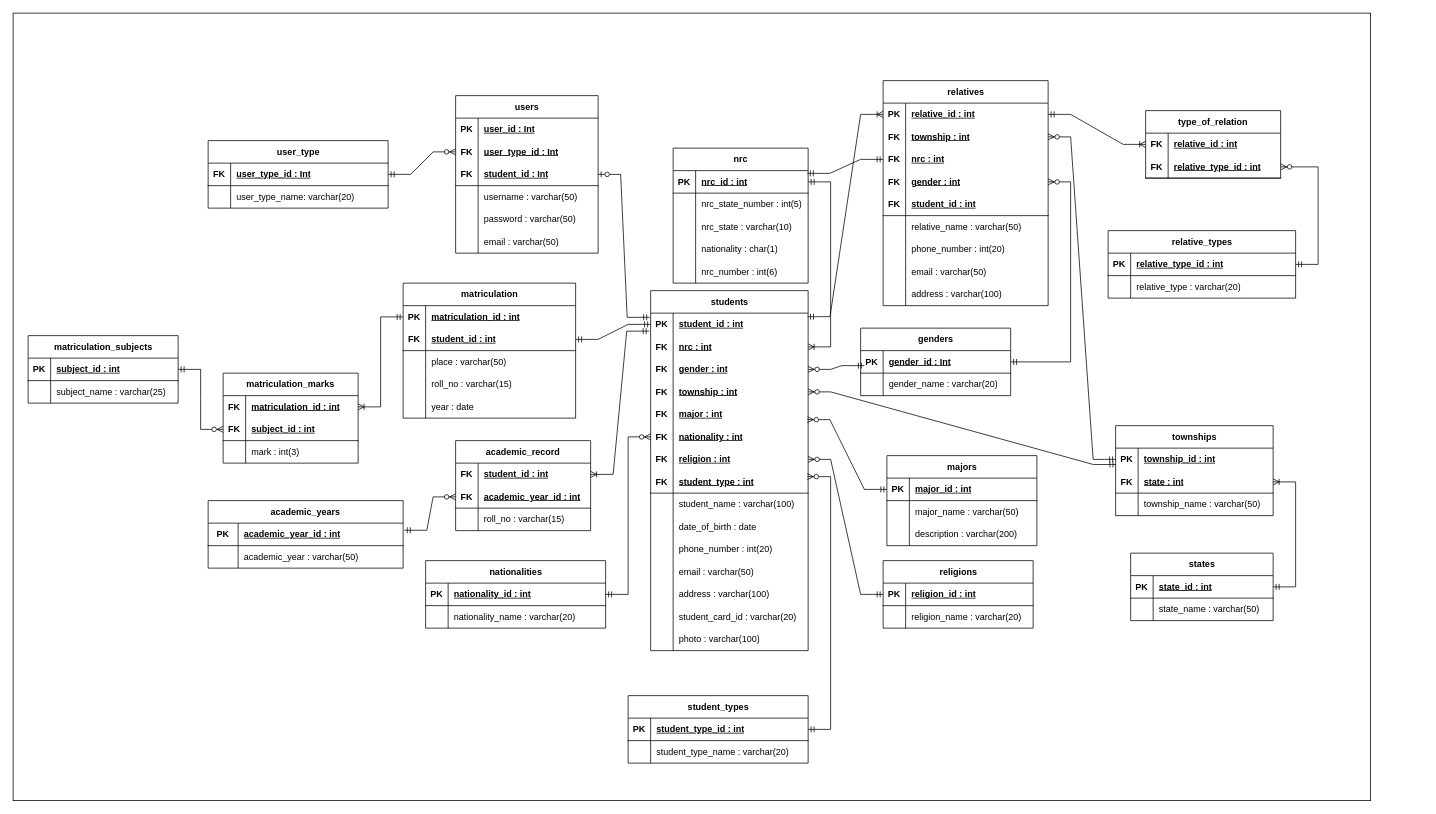
The draw.io diagram database/database.drawio in shinjir0u/StudentRegistrationSystem, before the edit. Source tidied: cells renumbered, new cells numbered last; positions are measured from the earlier drawing's top-left corner, leaving out a move shared by most shapes. Both pictures are drawn from the tidied source at 75%, with x=0, y=0 at pixel (13, -257).
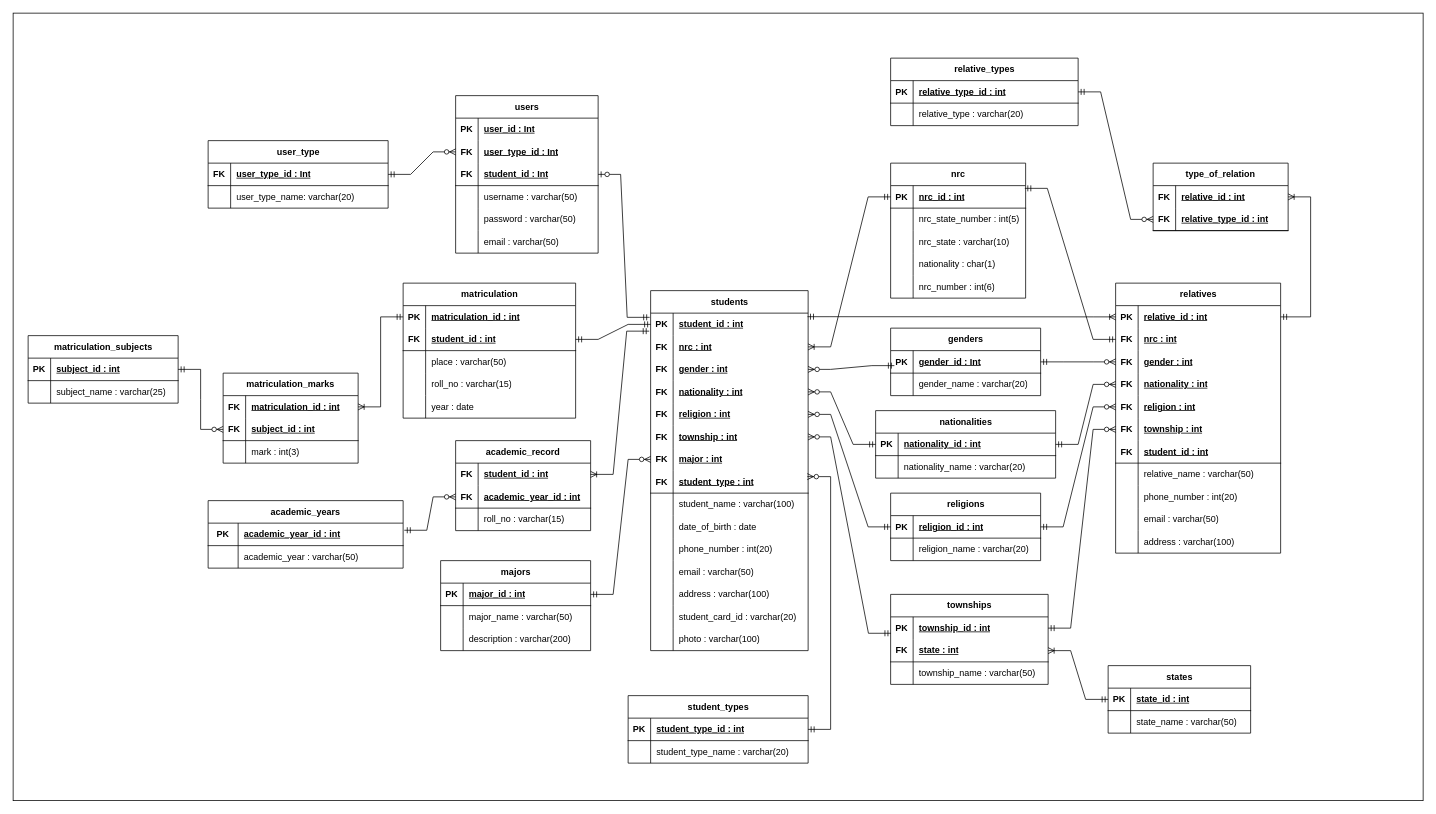
The same page after the edit.

Unchanged cells that the change refers to:
```xml
<mxCell id="39" style="shape=tableRow;horizontal=0;startSize=0;swimlaneHead=0;swimlaneBody=0;fillColor=none;points=[[0,0.5],[1,0.5]];portConstraint=eastwest;top=0;left=0;right=0;bottom=1;" parent="38" vertex="1">
  <mxGeometry y="30" width="200" height="30" as="geometry" />
</mxCell>
<mxCell id="55" value="students" style="shape=table;startSize=30;childLayout=tableLayout;rowLines=0;fontStyle=1;align=center;html=1;" parent="1" vertex="1">
  <mxGeometry x="850" y="730" width="210" height="480" as="geometry" />
</mxCell>
<mxCell id="59" style="shape=tableRow;horizontal=0;startSize=0;swimlaneHead=0;swimlaneBody=0;fillColor=none;points=[[0,0.5],[1,0.5]];portConstraint=eastwest;top=0;left=0;right=0;bottom=0;" parent="55" vertex="1">
  <mxGeometry y="60" width="210" height="30" as="geometry" />
</mxCell>
<mxCell id="102" style="shape=tableRow;horizontal=0;startSize=0;swimlaneHead=0;swimlaneBody=0;fillColor=none;points=[[0,0.5],[1,0.5]];portConstraint=eastwest;top=0;left=0;right=0;bottom=1;" parent="101" vertex="1">
  <mxGeometry y="30" width="190" height="30" as="geometry" />
</mxCell>
<mxCell id="109" style="shape=tableRow;horizontal=0;startSize=0;swimlaneHead=0;swimlaneBody=0;fillColor=none;points=[[0,0.5],[1,0.5]];portConstraint=eastwest;top=0;left=0;right=0;bottom=0;" parent="108" vertex="1">
  <mxGeometry y="30" width="210" height="30" as="geometry" />
</mxCell>
<mxCell id="112" style="shape=tableRow;horizontal=0;startSize=0;swimlaneHead=0;swimlaneBody=0;fillColor=none;points=[[0,0.5],[1,0.5]];portConstraint=eastwest;top=0;left=0;right=0;bottom=1;" parent="108" vertex="1">
  <mxGeometry y="60" width="210" height="30" as="geometry" />
</mxCell>
<mxCell id="130" style="shape=tableRow;horizontal=0;startSize=0;swimlaneHead=0;swimlaneBody=0;fillColor=none;points=[[0,0.5],[1,0.5]];portConstraint=eastwest;top=0;left=0;right=0;bottom=1;" parent="129" vertex="1">
  <mxGeometry y="30" width="180" height="30" as="geometry" />
</mxCell>
<mxCell id="178" style="shape=tableRow;horizontal=0;startSize=0;swimlaneHead=0;swimlaneBody=0;fillColor=none;points=[[0,0.5],[1,0.5]];portConstraint=eastwest;top=0;left=0;right=0;bottom=0;" parent="177" vertex="1">
  <mxGeometry y="30" width="220" height="30" as="geometry" />
</mxCell>
<mxCell id="206" style="shape=tableRow;horizontal=0;startSize=0;swimlaneHead=0;swimlaneBody=0;fillColor=none;points=[[0,0.5],[1,0.5]];portConstraint=eastwest;top=0;left=0;right=0;bottom=1;" parent="205" vertex="1">
  <mxGeometry y="30" width="250" height="30" as="geometry" />
</mxCell>
<mxCell id="216" style="shape=tableRow;horizontal=0;startSize=0;swimlaneHead=0;swimlaneBody=0;fillColor=none;points=[[0,0.5],[1,0.5]];portConstraint=eastwest;top=0;left=0;right=0;bottom=1;" parent="215" vertex="1">
  <mxGeometry y="30" width="200" height="30" as="geometry" />
</mxCell>
<mxCell id="223" style="shape=tableRow;horizontal=0;startSize=0;swimlaneHead=0;swimlaneBody=0;fillColor=none;points=[[0,0.5],[1,0.5]];portConstraint=eastwest;top=0;left=0;right=0;bottom=1;" parent="222" vertex="1">
  <mxGeometry y="30" width="240" height="30" as="geometry" />
</mxCell>
<mxCell id="251" style="shape=tableRow;horizontal=0;startSize=0;swimlaneHead=0;swimlaneBody=0;fillColor=none;points=[[0,0.5],[1,0.5]];portConstraint=eastwest;top=0;left=0;right=0;bottom=0;html=1;" parent="250" vertex="1">
  <mxGeometry y="30" width="180" height="30" as="geometry" />
</mxCell>
<mxCell id="254" style="shape=tableRow;horizontal=0;startSize=0;swimlaneHead=0;swimlaneBody=0;fillColor=none;points=[[0,0.5],[1,0.5]];portConstraint=eastwest;top=0;left=0;right=0;bottom=1;html=1;" parent="250" vertex="1">
  <mxGeometry y="60" width="180" height="30" as="geometry" />
</mxCell>
```

The edit, as a diff of the source:
```diff
@@
     <mxCell id="2" style="rounded=0;whiteSpace=wrap;html=1;" parent="1" vertex="1">
-      <mxGeometry y="360" width="1810" height="1050" as="geometry" />
+      <mxGeometry y="360" width="1880" height="1050" as="geometry" />
     </mxCell>
@@
     <mxCell id="38" value="majors" style="shape=table;startSize=30;childLayout=tableLayout;rowLines=0;fontStyle=1;align=center;html=1;" parent="1" vertex="1">
-      <mxGeometry x="1165" y="950" width="200" height="120" as="geometry" />
+      <mxGeometry x="570" y="1090" width="200" height="120" as="geometry" />
     </mxCell>
@@
+    <mxCell id="71" style="shape=tableRow;horizontal=0;startSize=0;swimlaneHead=0;swimlaneBody=0;fillColor=none;points=[[0,0.5],[1,0.5]];portConstraint=eastwest;top=0;left=0;right=0;bottom=0;" parent="55" vertex="1">
+      <mxGeometry y="120" width="210" height="30" as="geometry" />
+    </mxCell>
+    <mxCell id="72" value="FK" style="shape=partialRectangle;fillColor=none;top=0;left=0;bottom=0;right=0;overflow=hidden;whiteSpace=wrap;html=1;fontStyle=1;" parent="71" vertex="1">
+      <mxGeometry width="30" height="30" as="geometry" />
+    </mxCell>
+    <mxCell id="73" value="nationality : int" style="shape=partialRectangle;fillColor=none;top=0;left=0;bottom=0;right=0;align=left;spacingLeft=6;overflow=hidden;whiteSpace=wrap;html=1;fontStyle=5;" parent="71" vertex="1">
+      <mxGeometry x="30" width="180" height="30" as="geometry" />
+    </mxCell>
+    <mxCell id="74" style="shape=tableRow;horizontal=0;startSize=0;swimlaneHead=0;swimlaneBody=0;fillColor=none;points=[[0,0.5],[1,0.5]];portConstraint=eastwest;top=0;left=0;right=0;bottom=0;" parent="55" vertex="1">
+      <mxGeometry y="150" width="210" height="30" as="geometry" />
+    </mxCell>
+    <mxCell id="75" value="FK" style="shape=partialRectangle;fillColor=none;top=0;left=0;bottom=0;right=0;overflow=hidden;whiteSpace=wrap;html=1;fontStyle=1;" parent="74" vertex="1">
+      <mxGeometry width="30" height="30" as="geometry" />
+    </mxCell>
+    <mxCell id="76" value="religion : int" style="shape=partialRectangle;fillColor=none;top=0;left=0;bottom=0;right=0;align=left;spacingLeft=6;overflow=hidden;whiteSpace=wrap;html=1;fontStyle=5;" parent="74" vertex="1">
+      <mxGeometry x="30" width="180" height="30" as="geometry" />
+    </mxCell>
     <mxCell id="65" style="shape=tableRow;horizontal=0;startSize=0;swimlaneHead=0;swimlaneBody=0;fillColor=none;points=[[0,0.5],[1,0.5]];portConstraint=eastwest;top=0;left=0;right=0;bottom=0;" parent="55" vertex="1">
-      <mxGeometry y="120" width="210" height="30" as="geometry" />
+      <mxGeometry y="180" width="210" height="30" as="geometry" />
     </mxCell>
@@
     <mxCell id="68" style="shape=tableRow;horizontal=0;startSize=0;swimlaneHead=0;swimlaneBody=0;fillColor=none;points=[[0,0.5],[1,0.5]];portConstraint=eastwest;top=0;left=0;right=0;bottom=0;" parent="55" vertex="1">
-      <mxGeometry y="150" width="210" height="30" as="geometry" />
+      <mxGeometry y="210" width="210" height="30" as="geometry" />
     </mxCell>
@@
-    <mxCell id="71" style="shape=tableRow;horizontal=0;startSize=0;swimlaneHead=0;swimlaneBody=0;fillColor=none;points=[[0,0.5],[1,0.5]];portConstraint=eastwest;top=0;left=0;right=0;bottom=0;" parent="55" vertex="1">
-      <mxGeometry y="180" width="210" height="30" as="geometry" />
-    </mxCell>
-    <mxCell id="72" value="FK" style="shape=partialRectangle;fillColor=none;top=0;left=0;bottom=0;right=0;overflow=hidden;whiteSpace=wrap;html=1;fontStyle=1;" parent="71" vertex="1">
-      <mxGeometry width="30" height="30" as="geometry" />
-    </mxCell>
-    <mxCell id="73" value="nationality : int" style="shape=partialRectangle;fillColor=none;top=0;left=0;bottom=0;right=0;align=left;spacingLeft=6;overflow=hidden;whiteSpace=wrap;html=1;fontStyle=5;" parent="71" vertex="1">
-      <mxGeometry x="30" width="180" height="30" as="geometry" />
-    </mxCell>
-    <mxCell id="74" style="shape=tableRow;horizontal=0;startSize=0;swimlaneHead=0;swimlaneBody=0;fillColor=none;points=[[0,0.5],[1,0.5]];portConstraint=eastwest;top=0;left=0;right=0;bottom=0;" parent="55" vertex="1">
-      <mxGeometry y="210" width="210" height="30" as="geometry" />
-    </mxCell>
-    <mxCell id="75" value="FK" style="shape=partialRectangle;fillColor=none;top=0;left=0;bottom=0;right=0;overflow=hidden;whiteSpace=wrap;html=1;fontStyle=1;" parent="74" vertex="1">
-      <mxGeometry width="30" height="30" as="geometry" />
-    </mxCell>
-    <mxCell id="76" value="religion : int" style="shape=partialRectangle;fillColor=none;top=0;left=0;bottom=0;right=0;align=left;spacingLeft=6;overflow=hidden;whiteSpace=wrap;html=1;fontStyle=5;" parent="74" vertex="1">
-      <mxGeometry x="30" width="180" height="30" as="geometry" />
-    </mxCell>
@@
     <mxCell id="101" value="states" style="shape=table;startSize=30;childLayout=tableLayout;rowLines=0;fontStyle=1;align=center;html=1;" parent="1" vertex="1">
-      <mxGeometry x="1490" y="1080" width="190" height="90" as="geometry" />
+      <mxGeometry x="1460" y="1230" width="190" height="90" as="geometry" />
     </mxCell>
@@
     <mxCell id="108" value="townships" style="shape=table;startSize=30;childLayout=tableLayout;rowLines=0;fontStyle=1;align=center;html=1;" parent="1" vertex="1">
-      <mxGeometry x="1470" y="910" width="210" height="120" as="geometry" />
+      <mxGeometry x="1170" y="1135" width="210" height="120" as="geometry" />
     </mxCell>
@@
-    <mxCell id="119" style="edgeStyle=entityRelationEdgeStyle;fontSize=12;html=1;endArrow=ERoneToMany;startArrow=ERmandOne;rounded=0;entryX=1;entryY=0.5;entryDx=0;entryDy=0;exitX=1;exitY=0.5;exitDx=0;exitDy=0;" parent="1" edge="1" source="102" target="112">
+    <mxCell id="119" style="edgeStyle=entityRelationEdgeStyle;fontSize=12;html=1;endArrow=ERoneToMany;startArrow=ERmandOne;rounded=0;entryX=1;entryY=0.5;entryDx=0;entryDy=0;" parent="1" edge="1" source="102" target="112">
       <mxGeometry relative="1" as="geometry">
         <Array as="points">
           <mxPoint x="1590" y="1080" />
         </Array>
       </mxGeometry>
     </mxCell>
@@
-    <mxCell id="128" style="edgeStyle=entityRelationEdgeStyle;fontSize=12;html=1;endArrow=ERzeroToMany;startArrow=ERmandOne;rounded=0;entryX=0.995;entryY=0.733;entryDx=0;entryDy=0;entryPerimeter=0;" parent="1" edge="1" source="39" target="68">
+    <mxCell id="128" style="edgeStyle=entityRelationEdgeStyle;fontSize=12;html=1;endArrow=ERzeroToMany;startArrow=ERmandOne;rounded=0;" parent="1" edge="1" source="39" target="68">
       <mxGeometry relative="1" as="geometry" />
     </mxCell>
     <mxCell id="129" value="nrc" style="shape=table;startSize=30;childLayout=tableLayout;rowLines=0;fontStyle=1;align=center;html=1;" parent="1" vertex="1">
-      <mxGeometry x="880" y="540" width="180" height="180" as="geometry" />
+      <mxGeometry x="1170" y="560" width="180" height="180" as="geometry" />
     </mxCell>
@@
     <mxCell id="177" value="relatives" style="shape=table;startSize=30;childLayout=tableLayout;rowLines=0;fontStyle=1;align=center;html=1;" parent="1" vertex="1">
-      <mxGeometry x="1160" y="450" width="220" height="300" as="geometry" />
+      <mxGeometry x="1470" y="720" width="220" height="360" as="geometry" />
     </mxCell>
@@
-    <mxCell id="181" style="shape=tableRow;horizontal=0;startSize=0;swimlaneHead=0;swimlaneBody=0;fillColor=none;points=[[0,0.5],[1,0.5]];portConstraint=eastwest;top=0;left=0;right=0;bottom=0;" parent="177" vertex="1">
-      <mxGeometry y="60" width="220" height="30" as="geometry" />
-    </mxCell>
-    <mxCell id="182" value="&lt;b&gt;FK&lt;/b&gt;" style="shape=partialRectangle;fillColor=none;top=0;left=0;bottom=0;right=0;overflow=hidden;whiteSpace=wrap;html=1;" parent="181" vertex="1">
-      <mxGeometry width="30" height="30" as="geometry" />
-    </mxCell>
-    <mxCell id="183" value="township : int" style="shape=partialRectangle;fillColor=none;top=0;left=0;bottom=0;right=0;align=left;spacingLeft=6;overflow=hidden;whiteSpace=wrap;html=1;fontStyle=5;" parent="181" vertex="1">
-      <mxGeometry x="30" width="190" height="30" as="geometry" />
-    </mxCell>
     <mxCell id="184" style="shape=tableRow;horizontal=0;startSize=0;swimlaneHead=0;swimlaneBody=0;fillColor=none;points=[[0,0.5],[1,0.5]];portConstraint=eastwest;top=0;left=0;right=0;bottom=0;" parent="177" vertex="1">
-      <mxGeometry y="90" width="220" height="30" as="geometry" />
+      <mxGeometry y="60" width="220" height="30" as="geometry" />
     </mxCell>
@@
     <mxCell id="187" style="shape=tableRow;horizontal=0;startSize=0;swimlaneHead=0;swimlaneBody=0;fillColor=none;points=[[0,0.5],[1,0.5]];portConstraint=eastwest;top=0;left=0;right=0;bottom=0;" parent="177" vertex="1">
-      <mxGeometry y="120" width="220" height="30" as="geometry" />
+      <mxGeometry y="90" width="220" height="30" as="geometry" />
     </mxCell>
@@
+    <mxCell id="259" style="shape=tableRow;horizontal=0;startSize=0;swimlaneHead=0;swimlaneBody=0;fillColor=none;points=[[0,0.5],[1,0.5]];portConstraint=eastwest;top=0;left=0;right=0;bottom=0;" parent="177" vertex="1">
+      <mxGeometry y="120" width="220" height="30" as="geometry" />
+    </mxCell>
+    <mxCell id="260" value="&lt;b&gt;FK&lt;/b&gt;" style="shape=partialRectangle;fillColor=none;top=0;left=0;bottom=0;right=0;overflow=hidden;whiteSpace=wrap;html=1;" parent="259" vertex="1">
+      <mxGeometry width="30" height="30" as="geometry" />
+    </mxCell>
+    <mxCell id="261" value="nationality : int" style="shape=partialRectangle;fillColor=none;top=0;left=0;bottom=0;right=0;align=left;spacingLeft=6;overflow=hidden;whiteSpace=wrap;html=1;fontStyle=5;" parent="259" vertex="1">
+      <mxGeometry x="30" width="190" height="30" as="geometry" />
+    </mxCell>
+    <mxCell id="262" style="shape=tableRow;horizontal=0;startSize=0;swimlaneHead=0;swimlaneBody=0;fillColor=none;points=[[0,0.5],[1,0.5]];portConstraint=eastwest;top=0;left=0;right=0;bottom=0;" parent="177" vertex="1">
+      <mxGeometry y="150" width="220" height="30" as="geometry" />
+    </mxCell>
+    <mxCell id="263" value="&lt;b&gt;FK&lt;/b&gt;" style="shape=partialRectangle;fillColor=none;top=0;left=0;bottom=0;right=0;overflow=hidden;whiteSpace=wrap;html=1;" parent="262" vertex="1">
+      <mxGeometry width="30" height="30" as="geometry" />
+    </mxCell>
+    <mxCell id="264" value="religion : int" style="shape=partialRectangle;fillColor=none;top=0;left=0;bottom=0;right=0;align=left;spacingLeft=6;overflow=hidden;whiteSpace=wrap;html=1;fontStyle=5;" parent="262" vertex="1">
+      <mxGeometry x="30" width="190" height="30" as="geometry" />
+    </mxCell>
+    <mxCell id="181" style="shape=tableRow;horizontal=0;startSize=0;swimlaneHead=0;swimlaneBody=0;fillColor=none;points=[[0,0.5],[1,0.5]];portConstraint=eastwest;top=0;left=0;right=0;bottom=0;" parent="177" vertex="1">
+      <mxGeometry y="180" width="220" height="30" as="geometry" />
+    </mxCell>
+    <mxCell id="182" value="&lt;b&gt;FK&lt;/b&gt;" style="shape=partialRectangle;fillColor=none;top=0;left=0;bottom=0;right=0;overflow=hidden;whiteSpace=wrap;html=1;" parent="181" vertex="1">
+      <mxGeometry width="30" height="30" as="geometry" />
+    </mxCell>
+    <mxCell id="183" value="township : int" style="shape=partialRectangle;fillColor=none;top=0;left=0;bottom=0;right=0;align=left;spacingLeft=6;overflow=hidden;whiteSpace=wrap;html=1;fontStyle=5;" parent="181" vertex="1">
+      <mxGeometry x="30" width="190" height="30" as="geometry" />
+    </mxCell>
     <mxCell id="190" style="shape=tableRow;horizontal=0;startSize=0;swimlaneHead=0;swimlaneBody=0;fillColor=none;top=0;left=0;right=0;bottom=1;" parent="177" vertex="1">
-      <mxGeometry y="150" width="220" height="30" as="geometry" />
+      <mxGeometry y="210" width="220" height="30" as="geometry" />
     </mxCell>
@@
     <mxCell id="193" style="shape=tableRow;horizontal=0;startSize=0;swimlaneHead=0;swimlaneBody=0;fillColor=none;top=0;left=0;right=0;bottom=0;" parent="177" vertex="1">
-      <mxGeometry y="180" width="220" height="30" as="geometry" />
+      <mxGeometry y="240" width="220" height="30" as="geometry" />
     </mxCell>
@@
     <mxCell id="196" style="shape=tableRow;horizontal=0;startSize=0;swimlaneHead=0;swimlaneBody=0;fillColor=none;top=0;left=0;right=0;bottom=0;" parent="177" vertex="1">
-      <mxGeometry y="210" width="220" height="30" as="geometry" />
+      <mxGeometry y="270" width="220" height="30" as="geometry" />
     </mxCell>
@@
     <mxCell id="199" style="shape=tableRow;horizontal=0;startSize=0;swimlaneHead=0;swimlaneBody=0;fillColor=none;top=0;left=0;right=0;bottom=0;" parent="177" vertex="1">
-      <mxGeometry y="240" width="220" height="30" as="geometry" />
+      <mxGeometry y="300" width="220" height="30" as="geometry" />
     </mxCell>
@@
     <mxCell id="202" style="shape=tableRow;horizontal=0;startSize=0;swimlaneHead=0;swimlaneBody=0;fillColor=none;top=0;left=0;right=0;bottom=0;" parent="177" vertex="1">
-      <mxGeometry y="270" width="220" height="30" as="geometry" />
+      <mxGeometry y="330" width="220" height="30" as="geometry" />
     </mxCell>
@@
     <mxCell id="205" value="relative_types" style="shape=table;startSize=30;childLayout=tableLayout;rowLines=0;fontStyle=1;align=center;html=1;" parent="1" vertex="1">
-      <mxGeometry x="1460" y="650" width="250" height="90" as="geometry" />
+      <mxGeometry x="1170" y="420" width="250" height="90" as="geometry" />
     </mxCell>
@@
-    <mxCell id="213" style="edgeStyle=entityRelationEdgeStyle;fontSize=12;html=1;endArrow=ERzeroToMany;startArrow=ERmandOne;rounded=0;exitX=0;exitY=0.5;exitDx=0;exitDy=0;entryX=1;entryY=0.5;entryDx=0;entryDy=0;" parent="1" edge="1" source="109" target="181">
+    <mxCell id="213" style="edgeStyle=entityRelationEdgeStyle;fontSize=12;html=1;endArrow=ERzeroToMany;startArrow=ERmandOne;rounded=0;exitX=1;exitY=0.5;exitDx=0;exitDy=0;entryX=0;entryY=0.5;entryDx=0;entryDy=0;" parent="1" edge="1" source="109" target="181">
       <mxGeometry relative="1" as="geometry">
         <Array as="points">
           <mxPoint x="1369" y="600" />
           <mxPoint x="1470" y="730" />
         </Array>
       </mxGeometry>
     </mxCell>
@@
     <mxCell id="215" value="religions" style="shape=table;startSize=30;childLayout=tableLayout;rowLines=0;fontStyle=1;align=center;html=1;" parent="1" vertex="1">
-      <mxGeometry x="1160" y="1090" width="200" height="90" as="geometry" />
+      <mxGeometry x="1170" y="1000" width="200" height="90" as="geometry" />
     </mxCell>
@@
     <mxCell id="222" value="nationalities" style="shape=table;startSize=30;childLayout=tableLayout;rowLines=0;fontStyle=1;align=center;html=1;" parent="1" vertex="1">
-      <mxGeometry x="550" y="1090" width="240" height="90" as="geometry" />
+      <mxGeometry x="1150" y="890" width="240" height="90" as="geometry" />
     </mxCell>
@@
-    <mxCell id="230" style="edgeStyle=entityRelationEdgeStyle;fontSize=12;html=1;endArrow=ERzeroToMany;startArrow=ERmandOne;rounded=0;exitX=1;exitY=0.5;exitDx=0;exitDy=0;entryX=0;entryY=0.5;entryDx=0;entryDy=0;" parent="1" edge="1" source="223" target="71">
+    <mxCell id="230" style="edgeStyle=entityRelationEdgeStyle;fontSize=12;html=1;endArrow=ERzeroToMany;startArrow=ERmandOne;rounded=0;exitX=0;exitY=0.5;exitDx=0;exitDy=0;entryX=1;entryY=0.5;entryDx=0;entryDy=0;" parent="1" edge="1" source="223" target="71">
       <mxGeometry relative="1" as="geometry" />
     </mxCell>
@@
-    <mxCell id="232" style="edgeStyle=entityRelationEdgeStyle;fontSize=12;html=1;endArrow=ERoneToMany;startArrow=ERmandOne;rounded=0;entryX=1;entryY=0.5;entryDx=0;entryDy=0;exitX=1;exitY=0.5;exitDx=0;exitDy=0;" parent="1" edge="1" source="130" target="59">
+    <mxCell id="232" style="edgeStyle=entityRelationEdgeStyle;fontSize=12;html=1;endArrow=ERoneToMany;startArrow=ERmandOne;rounded=0;entryX=1;entryY=0.5;entryDx=0;entryDy=0;exitX=0;exitY=0.5;exitDx=0;exitDy=0;" parent="1" edge="1" source="130" target="59">
       <mxGeometry relative="1" as="geometry" />
     </mxCell>
@@
     <mxCell id="241" value="genders" style="shape=table;startSize=30;childLayout=tableLayout;rowLines=0;fontStyle=1;align=center;html=1;" parent="1" vertex="1">
-      <mxGeometry x="1130" y="780" width="200" height="90" as="geometry" />
+      <mxGeometry x="1170" y="780" width="200" height="90" as="geometry" />
     </mxCell>
@@
     <mxCell id="250" value="type_of_relation" style="shape=table;startSize=30;childLayout=tableLayout;rowLines=0;fontStyle=1;align=center;html=1;whiteSpace=wrap;" parent="1" vertex="1">
-      <mxGeometry x="1510" y="490" width="180" height="90" as="geometry" />
+      <mxGeometry x="1520" y="560" width="180" height="90" as="geometry" />
     </mxCell>
@@
-    <mxCell id="257" style="edgeStyle=entityRelationEdgeStyle;fontSize=12;html=1;endArrow=ERoneToMany;startArrow=ERmandOne;rounded=0;exitX=1;exitY=0.5;exitDx=0;exitDy=0;entryX=0;entryY=0.5;entryDx=0;entryDy=0;" parent="1" edge="1" source="178" target="251">
+    <mxCell id="257" style="edgeStyle=entityRelationEdgeStyle;fontSize=12;html=1;endArrow=ERoneToMany;startArrow=ERmandOne;rounded=0;exitX=1;exitY=0.5;exitDx=0;exitDy=0;" parent="1" edge="1" source="178" target="251">
       <mxGeometry relative="1" as="geometry" />
     </mxCell>
-    <mxCell id="258" style="edgeStyle=entityRelationEdgeStyle;fontSize=12;html=1;endArrow=ERzeroToMany;startArrow=ERmandOne;rounded=0;entryX=1;entryY=0.5;entryDx=0;entryDy=0;" parent="1" edge="1" source="206" target="254">
+    <mxCell id="258" style="edgeStyle=entityRelationEdgeStyle;fontSize=12;html=1;endArrow=ERzeroToMany;startArrow=ERmandOne;rounded=0;" parent="1" edge="1" source="206" target="254">
       <mxGeometry relative="1" as="geometry" />
     </mxCell>
+    <mxCell id="265" style="edgeStyle=entityRelationEdgeStyle;fontSize=12;html=1;endArrow=ERzeroToMany;startArrow=ERmandOne;rounded=0;exitX=1;exitY=0.5;exitDx=0;exitDy=0;entryX=0;entryY=0.5;entryDx=0;entryDy=0;" parent="1" edge="1" source="223" target="259">
+      <mxGeometry relative="1" as="geometry" />
+    </mxCell>
+    <mxCell id="266" style="edgeStyle=entityRelationEdgeStyle;fontSize=12;html=1;endArrow=ERzeroToMany;startArrow=ERmandOne;rounded=0;entryX=0;entryY=0.5;entryDx=0;entryDy=0;" parent="1" edge="1" source="216" target="262">
+      <mxGeometry relative="1" as="geometry" />
+    </mxCell>
```
